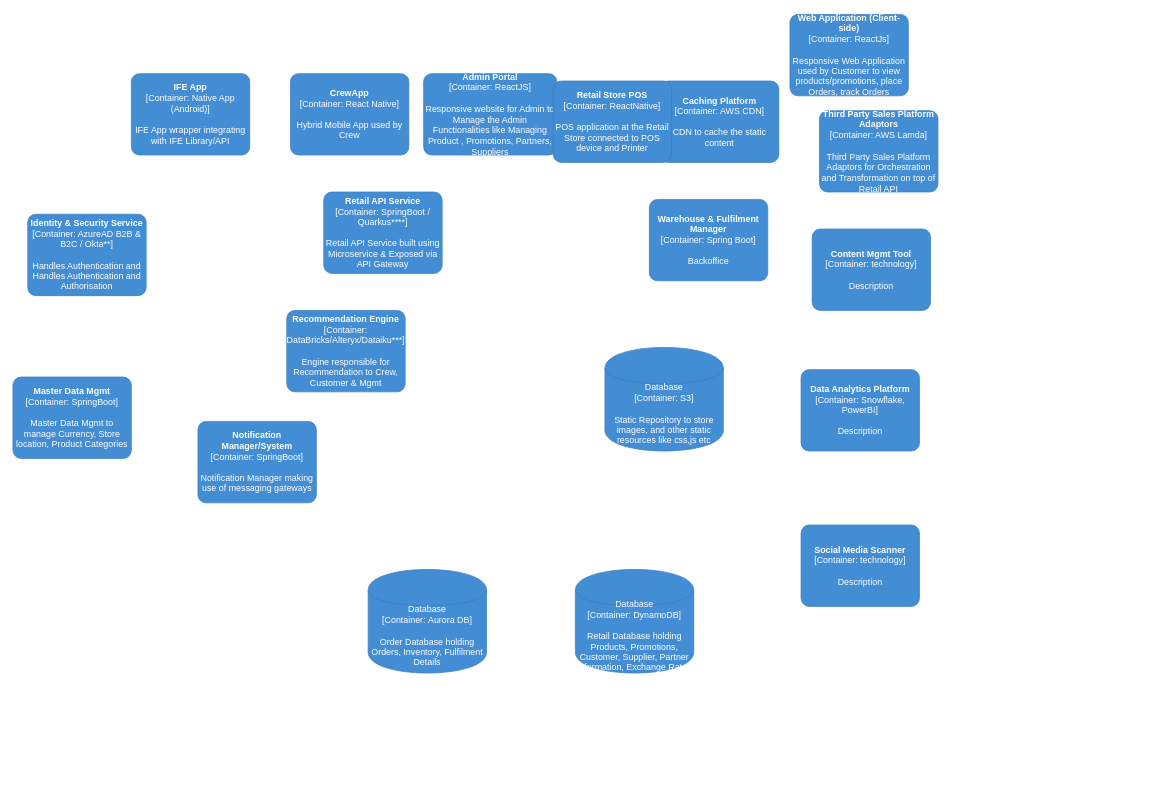
This is Untitled Diagram.drawio from jayakumargit/Test1, a draw.io file, before an edit. Source tidied: cells renumbered, new cells numbered last; positions are measured from the earlier drawing's top-left corner, leaving out a move shared by most shapes. Both pictures are drawn from the tidied source at 74%, with x=0, y=0 at pixel (13, 14).
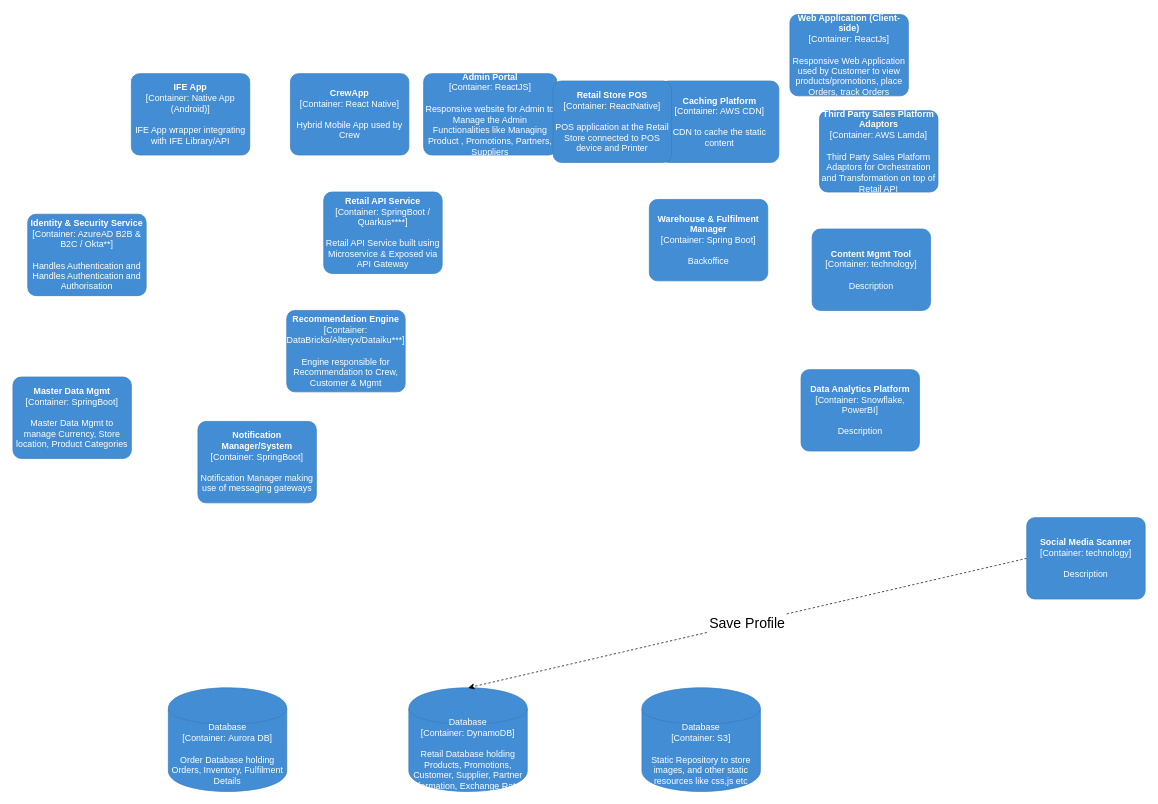
The same diagram, later.

The edit, as a diff of the source:
```diff
@@
     <object id="11" label="%c4Type%&lt;div&gt;[Container:&amp;nbsp;%c4Technology%]&lt;/div&gt;&lt;br&gt;&lt;div&gt;%c4Description%&lt;/div&gt;" c4Description="Order Database holding Orders, Inventory, Fulfilment Details" c4Technology="Aurora DB" c4Type="Database" placeholders="1">
       <mxCell style="shape=cylinder;whiteSpace=wrap;html=1;boundedLbl=1;rounded=0;labelBackgroundColor=none;fillColor=#438DD5;fontSize=12;fontColor=#ffffff;align=center;strokeColor=#3C7FC0;metaData={&quot;c4Type&quot;:{&quot;editable&quot;:false}};" parent="1" vertex="1">
-        <mxGeometry x="480" y="750" width="160" height="140" as="geometry" />
+        <mxGeometry x="210" y="910" width="160" height="140" as="geometry" />
       </mxCell>
     </object>
@@
     <object id="14" label="%c4Type%&lt;div&gt;[Container:&amp;nbsp;%c4Technology%]&lt;/div&gt;&lt;br&gt;&lt;div&gt;%c4Description%&lt;/div&gt;" c4Description="Retail Database holding Products, Promotions, Customer, Supplier, Partner Information, Exchange Rates" c4Technology="DynamoDB" c4Type="Database" placeholders="1">
       <mxCell style="shape=cylinder;whiteSpace=wrap;html=1;boundedLbl=1;rounded=0;labelBackgroundColor=none;fillColor=#438DD5;fontSize=12;fontColor=#ffffff;align=center;strokeColor=#3C7FC0;points=[[0.5,0,0],[1,0.25,0],[1,0.5,0],[1,0.75,0],[0.5,1,0],[0,0.75,0],[0,0.5,0],[0,0.25,0]];metaData={&quot;c4Type&quot;:{&quot;editable&quot;:false}};" parent="1" vertex="1">
-        <mxGeometry x="760" y="750" width="160" height="140" as="geometry" />
+        <mxGeometry x="535" y="910" width="160" height="140" as="geometry" />
       </mxCell>
     </object>
@@
+    <mxCell id="21" value="&lt;p style=&quot;line-height: 130% ; font-size: 19px&quot;&gt;Save Profile&lt;/p&gt;" style="edgeStyle=none;jettySize=auto;html=1;exitX=0;exitY=0.5;exitDx=0;exitDy=0;exitPerimeter=0;entryX=0.5;entryY=0;entryDx=0;entryDy=0;entryPerimeter=0;dashed=1;curved=1;" parent="1" edge="1" source="16" target="14">
+      <mxGeometry relative="1" as="geometry" />
+    </mxCell>
     <object id="16" label="&lt;b&gt;%c4Name%&lt;/b&gt;&lt;div&gt;[%c4Type%: %c4Technology%]&lt;/div&gt;&lt;br&gt;&lt;div&gt;%c4Description%&lt;/div&gt;" c4Description="Description" c4Name="Social Media Scanner" c4Technology="technology" c4Type="Container" placeholders="1">
       <mxCell style="rounded=1;whiteSpace=wrap;html=1;labelBackgroundColor=none;fillColor=#438DD5;fontColor=#ffffff;align=center;arcSize=10;strokeColor=#3C7FC0;metaData={&quot;c4Type&quot;:{&quot;editable&quot;:false}};points=[[0.25,0,0],[0.5,0,0],[0.75,0,0],[1,0.25,0],[1,0.5,0],[1,0.75,0],[0.75,1,0],[0.5,1,0],[0.25,1,0],[0,0.75,0],[0,0.5,0],[0,0.25,0]];" parent="1" vertex="1">
-        <mxGeometry x="1065" y="690" width="160" height="110" as="geometry" />
+        <mxGeometry x="1370" y="680" width="160" height="110" as="geometry" />
       </mxCell>
     </object>
     <object id="17" label="%c4Type%&lt;div&gt;[Container:&amp;nbsp;%c4Technology%]&lt;/div&gt;&lt;br&gt;&lt;div&gt;%c4Description%&lt;/div&gt;" c4Description="Static Repository to store images, and other static resources like css,js etc" c4Technology="S3" c4Type="Database" placeholders="1">
       <mxCell style="shape=cylinder;whiteSpace=wrap;html=1;boundedLbl=1;rounded=0;labelBackgroundColor=none;fillColor=#438DD5;fontSize=12;fontColor=#ffffff;align=center;strokeColor=#3C7FC0;metaData={&quot;c4Type&quot;:{&quot;editable&quot;:false}};" parent="1" vertex="1">
-        <mxGeometry x="800" y="450" width="160" height="140" as="geometry" />
+        <mxGeometry x="850" y="910" width="160" height="140" as="geometry" />
       </mxCell>
     </object>
```
